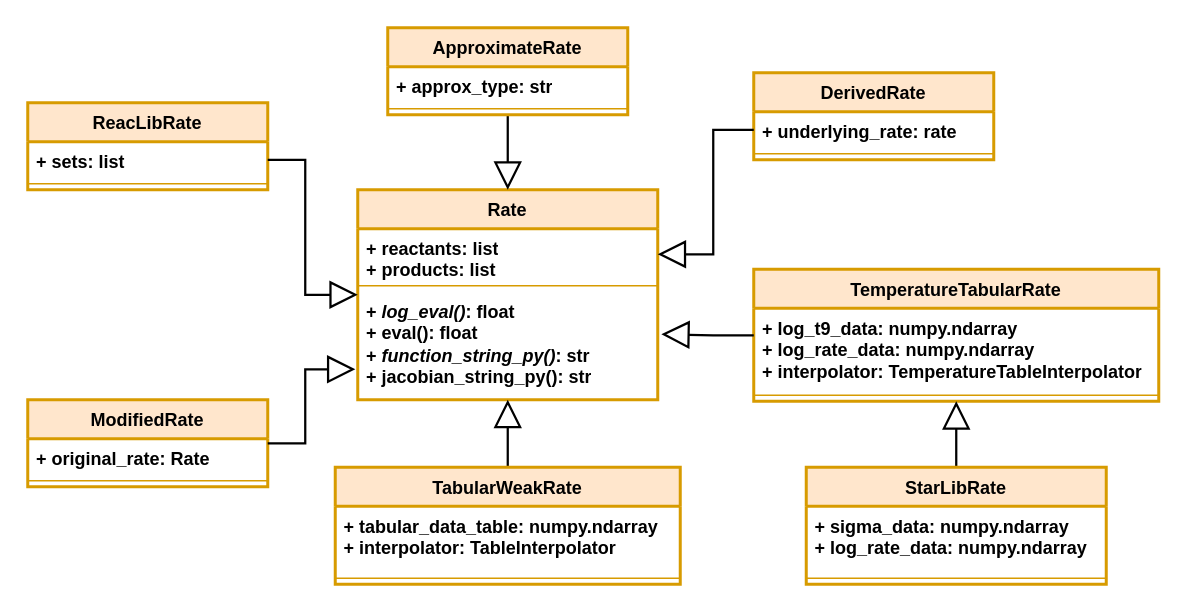
Above: uml-diagrams/rate.drawio in pynucastro/pynucastro3.0-paper-notebooks (draw.io), before the change. Source tidied: cells renumbered, new cells numbered last; positions are measured from the earlier drawing's top-left corner, leaving out a move shared by most shapes. Both pictures are drawn from the tidied source at 150%, with x=0, y=0 at pixel (27, 27).
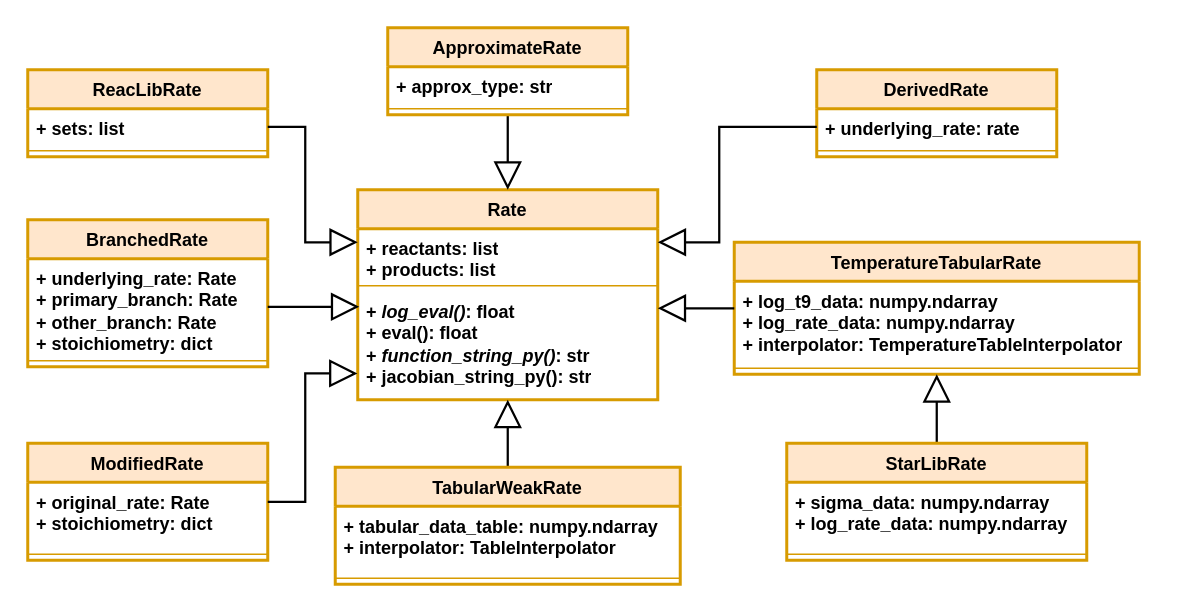
The same page after the edit.

Commit message (it also covers changes not shown here):
update uml rate diagram

Unchanged cells that the change refers to:
```xml
<mxCell id="2" value="Rate" style="swimlane;fontStyle=1;align=center;verticalAlign=top;horizontal=1;startSize=26;rounded=0;strokeColor=#d79b00;strokeWidth=2;swimlaneFillColor=none;fontFamily=Helvetica;fontSize=12;fontColor=default;fillColor=#ffe6cc;whiteSpace=wrap;html=1;" parent="1" vertex="1">
  <mxGeometry x="220" y="108" width="200" height="140" as="geometry" />
</mxCell>
<mxCell id="3" value="&lt;div&gt;+ reactants: list&lt;/div&gt;&lt;div&gt;+ products: list&lt;/div&gt;" style="text;strokeColor=none;fillColor=none;align=left;verticalAlign=top;spacingLeft=4;spacingRight=4;overflow=hidden;points=[[0,0.5],[1,0.5]];portConstraint=eastwest;whiteSpace=wrap;html=1;fontFamily=Helvetica;fontSize=12;fontColor=default;fontStyle=1;horizontal=1;" parent="2" vertex="1">
  <mxGeometry y="26" width="200" height="34" as="geometry" />
</mxCell>
<mxCell id="5" value="&lt;div&gt;+ &lt;i&gt;log_eval()&lt;/i&gt;: float&lt;/div&gt;&lt;div&gt;+ eval(): float&lt;/div&gt;&lt;div&gt;+ &lt;i&gt;function_string_py()&lt;/i&gt;: str&lt;/div&gt;&lt;div&gt;+ jacobian_string_py(): str&lt;/div&gt;" style="text;strokeColor=none;fillColor=none;align=left;verticalAlign=top;spacingLeft=4;spacingRight=4;overflow=hidden;points=[[0,0.5],[1,0.5]];portConstraint=eastwest;whiteSpace=wrap;html=1;fontFamily=Helvetica;fontSize=12;fontColor=default;fontStyle=1;horizontal=1;" parent="2" vertex="1">
  <mxGeometry y="68" width="200" height="72" as="geometry" />
</mxCell>
<mxCell id="7" value="+ sets: list" style="text;strokeColor=none;fillColor=none;align=left;verticalAlign=top;spacingLeft=4;spacingRight=4;overflow=hidden;points=[[0,0.5],[1,0.5]];portConstraint=eastwest;whiteSpace=wrap;html=1;fontFamily=Helvetica;fontSize=12;fontColor=default;fontStyle=1;horizontal=1;" parent="6" vertex="1">
  <mxGeometry y="26" width="160" height="24" as="geometry" />
</mxCell>
<mxCell id="17" value="+ underlying_rate: rate" style="text;strokeColor=none;fillColor=none;align=left;verticalAlign=top;spacingLeft=4;spacingRight=4;overflow=hidden;points=[[0,0.5],[1,0.5]];portConstraint=eastwest;whiteSpace=wrap;html=1;fontFamily=Helvetica;fontSize=12;fontColor=default;fontStyle=1;horizontal=1;" parent="16" vertex="1">
  <mxGeometry y="26" width="160" height="24" as="geometry" />
</mxCell>
```

Diff of the diagram source:
```diff
@@
     <mxCell id="6" value="ReacLibRate" style="swimlane;fontStyle=1;align=center;verticalAlign=top;horizontal=1;startSize=26;whiteSpace=wrap;html=1;rounded=0;strokeColor=#d79b00;strokeWidth=2;swimlaneFillColor=none;fontFamily=Helvetica;fontSize=12;fontColor=default;fillColor=#ffe6cc;" parent="1" vertex="1">
-      <mxGeometry y="50" width="160" height="58" as="geometry" />
+      <mxGeometry y="28" width="160" height="58" as="geometry" />
     </mxCell>
@@
     <mxCell id="13" value="ModifiedRate" style="swimlane;fontStyle=1;align=center;verticalAlign=top;horizontal=1;startSize=26;whiteSpace=wrap;html=1;rounded=0;strokeColor=#d79b00;strokeWidth=2;swimlaneFillColor=none;fontFamily=Helvetica;fontSize=12;fontColor=default;fillColor=#ffe6cc;" parent="1" vertex="1">
-      <mxGeometry y="248" width="160" height="58" as="geometry" />
+      <mxGeometry y="277" width="160" height="78" as="geometry" />
     </mxCell>
-    <mxCell id="14" value="+ original_rate: Rate" style="text;strokeColor=none;fillColor=none;align=left;verticalAlign=top;spacingLeft=4;spacingRight=4;overflow=hidden;whiteSpace=wrap;html=1;fontFamily=Helvetica;fontSize=12;fontColor=default;fontStyle=1;horizontal=1;" parent="13" vertex="1">
-      <mxGeometry y="26" width="160" height="24" as="geometry" />
+    <mxCell id="14" value="&lt;div&gt;+ original_rate: Rate&lt;/div&gt;+ stoichiometry: dict" style="text;strokeColor=none;fillColor=none;align=left;verticalAlign=top;spacingLeft=4;spacingRight=4;overflow=hidden;whiteSpace=wrap;html=1;fontFamily=Helvetica;fontSize=12;fontColor=default;fontStyle=1;horizontal=1;" parent="13" vertex="1">
+      <mxGeometry y="26" width="160" height="44" as="geometry" />
     </mxCell>
     <mxCell id="15" style="line;strokeWidth=1;fillColor=none;align=left;verticalAlign=middle;spacingTop=-1;spacingLeft=3;spacingRight=3;labelPosition=right;strokeColor=inherit;rounded=0;swimlaneFillColor=none;fontFamily=Helvetica;fontSize=12;fontColor=default;fontStyle=1;horizontal=1;" parent="13" vertex="1">
-      <mxGeometry y="50" width="160" height="8" as="geometry" />
+      <mxGeometry y="70" width="160" height="8" as="geometry" />
     </mxCell>
     <mxCell id="16" value="DerivedRate" style="swimlane;fontStyle=1;align=center;verticalAlign=top;horizontal=1;startSize=26;whiteSpace=wrap;html=1;rounded=0;strokeColor=#d79b00;strokeWidth=2;swimlaneFillColor=none;fontFamily=Helvetica;fontSize=12;fontColor=default;fillColor=#ffe6cc;" parent="1" vertex="1">
-      <mxGeometry x="484" y="30" width="160" height="58" as="geometry" />
+      <mxGeometry x="526" y="28" width="160" height="58" as="geometry" />
     </mxCell>
@@
     <mxCell id="23" value="TemperatureTabularRate" style="swimlane;fontStyle=1;align=center;verticalAlign=top;horizontal=1;startSize=26;whiteSpace=wrap;html=1;rounded=0;strokeColor=#d79b00;strokeWidth=2;swimlaneFillColor=none;fontFamily=Helvetica;fontSize=12;fontColor=default;fillColor=#ffe6cc;" parent="1" vertex="1">
-      <mxGeometry x="484" y="161" width="270" height="88" as="geometry" />
+      <mxGeometry x="471" y="143" width="270" height="88" as="geometry" />
     </mxCell>
@@
     <mxCell id="27" value="StarLibRate" style="swimlane;fontStyle=1;align=center;verticalAlign=top;horizontal=1;startSize=26;whiteSpace=wrap;html=1;rounded=0;strokeColor=#d79b00;strokeWidth=2;swimlaneFillColor=none;fontFamily=Helvetica;fontSize=12;fontColor=default;fillColor=#ffe6cc;" parent="1" vertex="1">
-      <mxGeometry x="519" y="293" width="200" height="78" as="geometry" />
+      <mxGeometry x="506" y="277" width="200" height="78" as="geometry" />
     </mxCell>
@@
-    <mxCell id="30" style="edgeStyle=orthogonalEdgeStyle;rounded=0;jettySize=auto;html=1;exitX=1;exitY=0.5;exitDx=0;exitDy=0;entryX=0;entryY=0.5;entryDx=0;entryDy=0;fontFamily=Helvetica;fontSize=12;fontColor=default;fontStyle=1;horizontal=1;endArrow=block;endFill=0;endSize=15;strokeWidth=1.5;" parent="1" edge="1" source="7" target="2">
+    <mxCell id="30" style="edgeStyle=orthogonalEdgeStyle;rounded=0;jettySize=auto;html=1;exitX=1;exitY=0.5;exitDx=0;exitDy=0;fontFamily=Helvetica;fontSize=12;fontColor=default;fontStyle=1;horizontal=1;endArrow=block;endFill=0;endSize=15;strokeWidth=1.5;entryX=0;entryY=0.25;entryDx=0;entryDy=0;" parent="1" edge="1" source="7" target="2">
       <mxGeometry relative="1" as="geometry" />
     </mxCell>
-    <mxCell id="31" style="edgeStyle=orthogonalEdgeStyle;rounded=0;jettySize=auto;html=1;entryX=-0.008;entryY=0.718;entryDx=0;entryDy=0;entryPerimeter=0;fontFamily=Helvetica;fontSize=12;fontColor=default;fontStyle=1;horizontal=1;endArrow=block;endFill=0;endSize=15;strokeWidth=1.5;" parent="1" edge="1" source="13" target="5">
+    <mxCell id="31" style="edgeStyle=orthogonalEdgeStyle;rounded=0;jettySize=auto;html=1;entryX=-0.001;entryY=0.756;entryDx=0;entryDy=0;entryPerimeter=0;fontFamily=Helvetica;fontSize=12;fontColor=default;fontStyle=1;horizontal=1;endArrow=block;endFill=0;endSize=15;strokeWidth=1.5;exitX=1;exitY=0.5;exitDx=0;exitDy=0;" parent="1" edge="1" source="13" target="5">
       <mxGeometry relative="1" as="geometry" />
     </mxCell>
-    <mxCell id="32" style="edgeStyle=orthogonalEdgeStyle;rounded=0;jettySize=auto;html=1;entryX=1;entryY=0.5;entryDx=0;entryDy=0;fontFamily=Helvetica;fontSize=12;fontColor=default;fontStyle=1;horizontal=1;endArrow=block;endFill=0;endSize=15;strokeWidth=1.5;" parent="1" edge="1" source="17" target="3">
-      <mxGeometry relative="1" as="geometry" />
+    <mxCell id="32" style="edgeStyle=orthogonalEdgeStyle;rounded=0;jettySize=auto;html=1;fontFamily=Helvetica;fontSize=12;fontColor=default;fontStyle=1;horizontal=1;endArrow=block;endFill=0;endSize=15;strokeWidth=1.5;entryX=1;entryY=0.25;entryDx=0;entryDy=0;" parent="1" edge="1" source="17" target="2">
+      <mxGeometry relative="1" as="geometry">
+        <Array as="points">
+          <mxPoint x="461" y="66" />
+          <mxPoint x="461" y="143" />
+        </Array>
+      </mxGeometry>
     </mxCell>
-    <mxCell id="33" style="edgeStyle=orthogonalEdgeStyle;rounded=0;jettySize=auto;html=1;entryX=1.012;entryY=0.394;entryDx=0;entryDy=0;entryPerimeter=0;fontFamily=Helvetica;fontSize=12;fontColor=default;fontStyle=1;horizontal=1;endArrow=block;endFill=0;endSize=15;strokeWidth=1.5;" parent="1" edge="1" source="23" target="5">
-      <mxGeometry relative="1" as="geometry" />
+    <mxCell id="33" style="edgeStyle=orthogonalEdgeStyle;rounded=0;jettySize=auto;html=1;fontFamily=Helvetica;fontSize=12;fontColor=default;fontStyle=1;horizontal=1;endArrow=block;endFill=0;endSize=15;strokeWidth=1.5;" parent="1" edge="1" source="23">
+      <mxGeometry relative="1" as="geometry">
+        <mxPoint x="420" y="187" as="targetPoint" />
+      </mxGeometry>
     </mxCell>
+    <mxCell id="34" value="BranchedRate" style="swimlane;fontStyle=1;align=center;verticalAlign=top;horizontal=1;startSize=26;whiteSpace=wrap;html=1;rounded=0;strokeColor=#d79b00;strokeWidth=2;swimlaneFillColor=none;fontFamily=Helvetica;fontSize=12;fontColor=default;fillColor=#ffe6cc;" parent="1" vertex="1">
+      <mxGeometry y="128" width="160" height="98" as="geometry" />
+    </mxCell>
+    <mxCell id="35" value="&lt;div&gt;+ underlying_rate: Rate&lt;/div&gt;&lt;div&gt;+ primary_branch: Rate&lt;/div&gt;&lt;div&gt;+ other_branch: Rate&lt;/div&gt;&lt;div&gt;+ stoichiometry: dict&lt;/div&gt;&lt;div&gt;&lt;br&gt;&lt;/div&gt;&lt;div&gt;&lt;br&gt;&lt;/div&gt;" style="text;strokeColor=none;fillColor=none;align=left;verticalAlign=top;spacingLeft=4;spacingRight=4;overflow=hidden;points=[[0,0.5],[1,0.5]];portConstraint=eastwest;whiteSpace=wrap;html=1;fontFamily=Helvetica;fontSize=12;fontColor=default;fontStyle=1;horizontal=1;" parent="34" vertex="1">
+      <mxGeometry y="26" width="160" height="64" as="geometry" />
+    </mxCell>
+    <mxCell id="36" style="line;strokeWidth=1;fillColor=none;align=left;verticalAlign=middle;spacingTop=-1;spacingLeft=3;spacingRight=3;labelPosition=right;strokeColor=inherit;rounded=0;swimlaneFillColor=none;fontFamily=Helvetica;fontSize=12;fontColor=default;fontStyle=1;horizontal=1;" parent="34" vertex="1">
+      <mxGeometry y="90" width="160" height="8" as="geometry" />
+    </mxCell>
+    <mxCell id="37" style="edgeStyle=orthogonalEdgeStyle;rounded=0;jettySize=auto;html=1;entryX=0.005;entryY=0.139;entryDx=0;entryDy=0;entryPerimeter=0;strokeWidth=1.5;endArrow=block;endFill=0;endSize=15;" parent="1" edge="1" source="35" target="5">
+      <mxGeometry relative="1" as="geometry" />
+    </mxCell>
```
